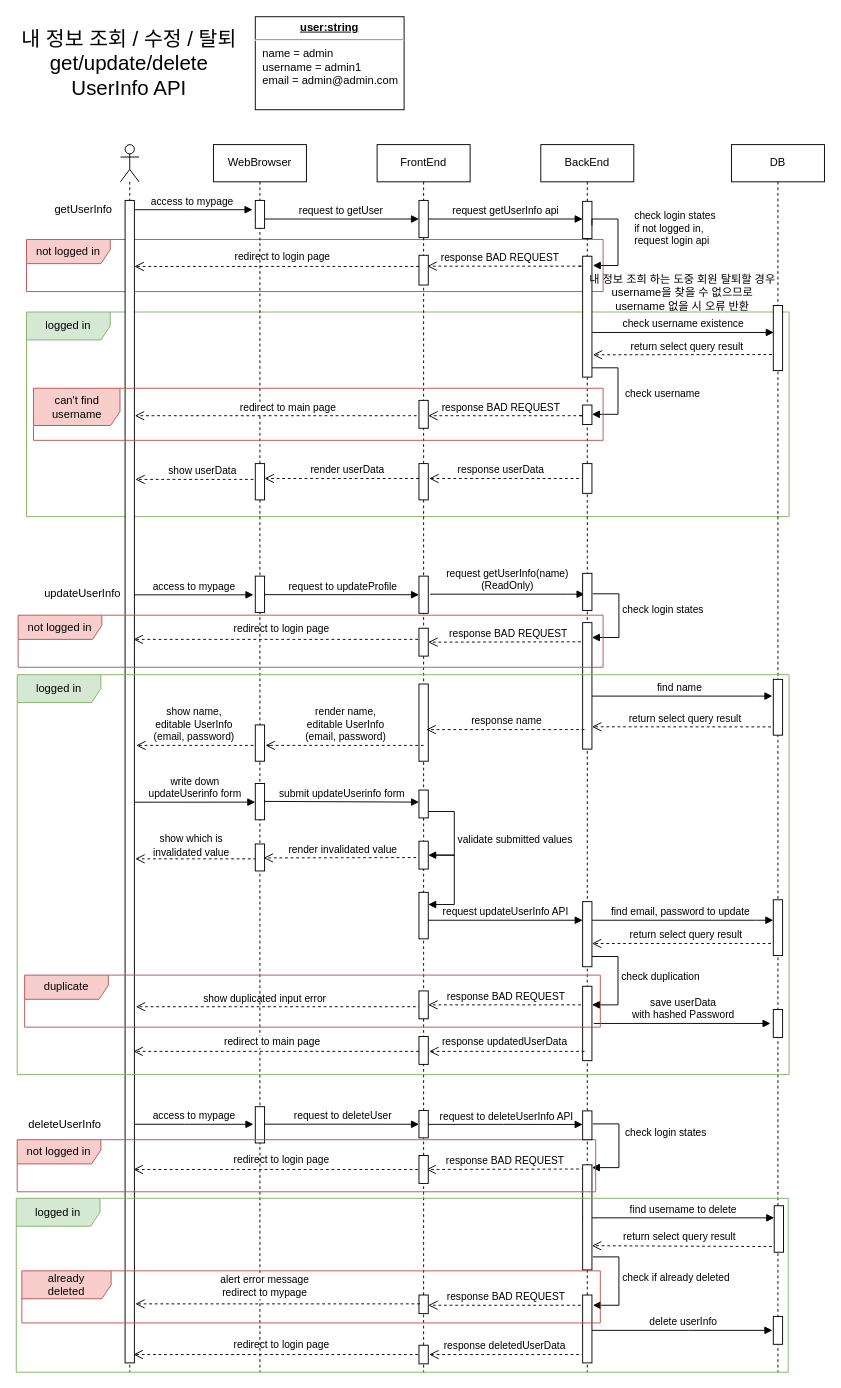
Above: diagrams/UserInfo.drawio in heesankim/StarRoad_Project_Backend (draw.io), before the change. Source tidied: cells renumbered, new cells numbered last; positions are measured from the earlier drawing's top-left corner, leaving out a move shared by most shapes. Both pictures are drawn from the tidied source at 93%, with x=0, y=0 at pixel (16, 16).
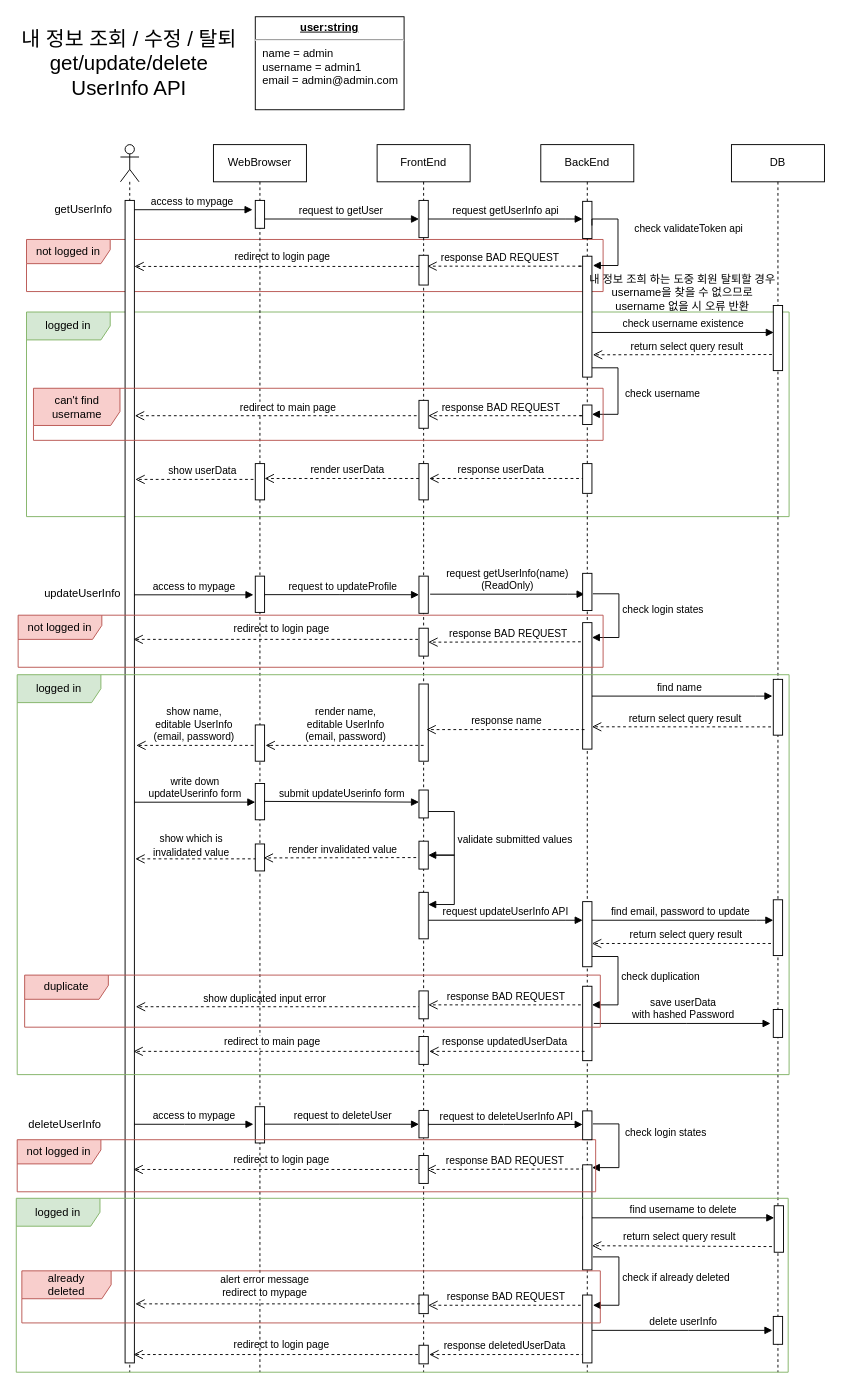
The same diagram, later.

Commit message (it also covers changes not shown here):
fix: 사용자 인증시 validateToken api 사용으로 수정

The edit, as a diff of the source:
```diff
@@
-    <mxCell id="106" value="check login states&lt;br&gt;if not logged in,&amp;nbsp;&lt;br&gt;request login api" style="html=1;align=left;spacingLeft=2;endArrow=block;rounded=0;edgeStyle=orthogonalEdgeStyle;curved=0;rounded=0;" parent="1" edge="1">
+    <mxCell id="106" value="check validateToken api" style="html=1;align=left;spacingLeft=2;endArrow=block;rounded=0;edgeStyle=orthogonalEdgeStyle;curved=0;rounded=0;" parent="1" edge="1">
       <mxGeometry x="-0.2" y="14" relative="1" as="geometry">
         <mxPoint x="619" y="225" as="sourcePoint" />
         <mxPoint x="620" y="268" as="targetPoint" />
         <Array as="points">
           <mxPoint x="619" y="218" />
           <mxPoint x="647" y="218" />
           <mxPoint x="647" y="268" />
         </Array>
       </mxGeometry>
     </mxCell>
```
